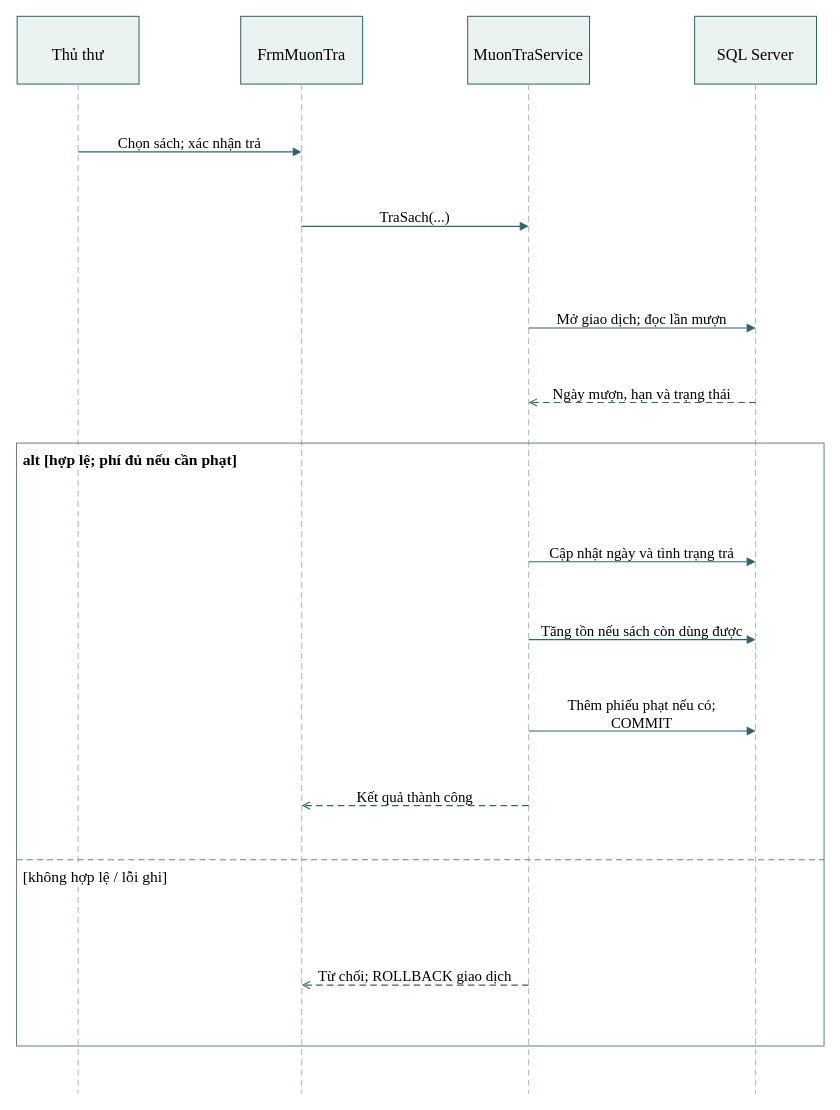
Before: LAB2/UML/11_SequenceTraSachPhat.drawio in kanishere55/LAB_AT_OOSD, a draw.io diagram. Source tidied: cells renumbered, new cells numbered last; positions are measured from the earlier drawing's top-left corner, leaving out a move shared by most shapes. Both pictures are drawn from the tidied source at 102%, with x=0, y=0 at pixel (16, 16).
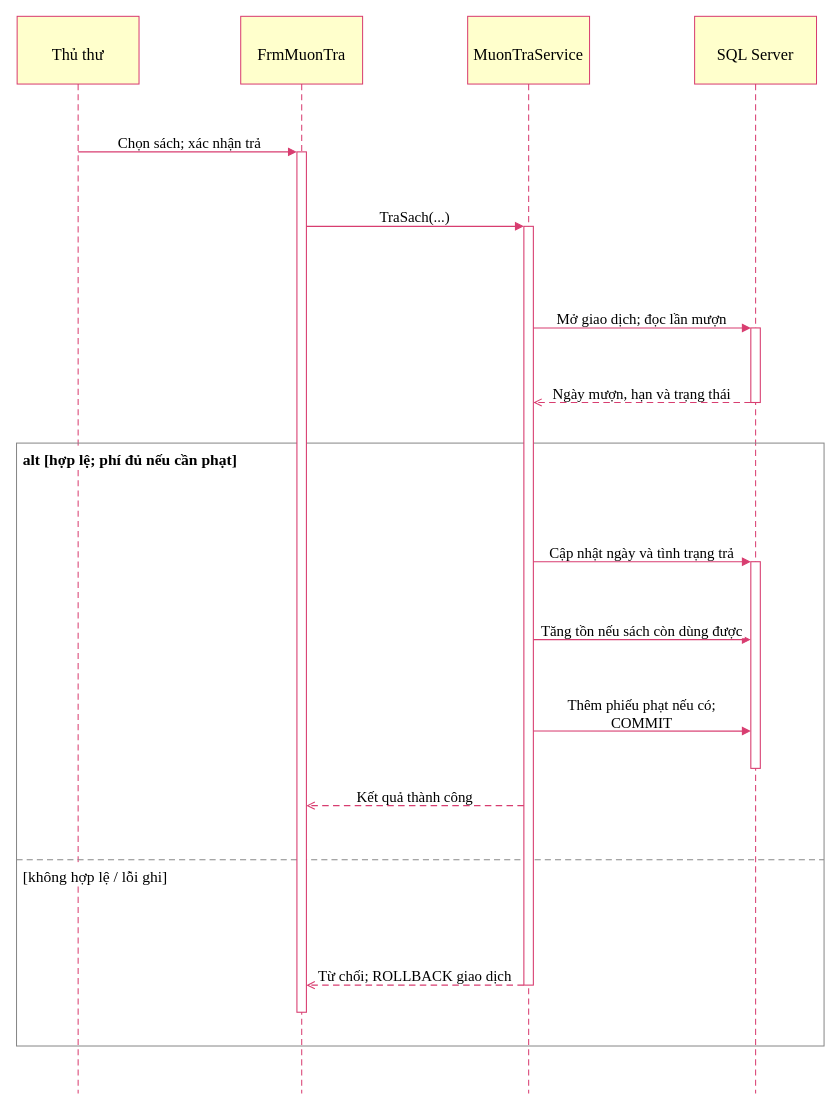
The same page after the edit.

Unchanged cells that the change refers to:
```xml
<mxCell id="2" style="group;html=0;" parent="1" vertex="1">
  <mxGeometry x="0.3" y="-0.5" width="119.5" height="66.4" as="geometry" />
</mxCell>
<mxCell id="6" style="group;html=0;" parent="1" vertex="1">
  <mxGeometry x="219.5" y="-0.5" width="119.5" height="66.4" as="geometry" />
</mxCell>
<mxCell id="10" style="group;html=0;" parent="1" vertex="1">
  <mxGeometry x="442" y="-0.5" width="119.5" height="66.4" as="geometry" />
</mxCell>
<mxCell id="14" style="group;html=0;" parent="1" vertex="1">
  <mxGeometry x="664.5" y="-0.5" width="119.5" height="66.4" as="geometry" />
</mxCell>
```

Diff of the diagram source:
```diff
@@
-    <mxCell id="3" style="rounded=0;arcSize=12;html=0;fillColor=#eaf3ef;strokeColor=#35626d;strokeWidth=0.996;" parent="2" vertex="1">
+    <mxCell id="3" style="rounded=0;arcSize=12;html=0;fillColor=#ffffcc;strokeColor=#d83d70;strokeWidth=0.996;" parent="2" vertex="1">
       <mxGeometry width="119.5" height="66.4" as="geometry" />
     </mxCell>
@@
-    <mxCell id="5" style="edgeStyle=none;noEdgeStyle=1;rounded=0;strokeColor=#a6b8be;strokeWidth=0.996;endArrow=none;startArrow=none;dashed=1;dashPattern=6 4;" parent="1" edge="1">
+    <mxCell id="5" style="edgeStyle=none;noEdgeStyle=1;rounded=0;strokeColor=#d83d70;strokeWidth=0.996;endArrow=none;startArrow=none;dashed=1;dashPattern=6 4;" parent="1" edge="1">
       <mxGeometry relative="1" as="geometry">
         <mxPoint x="60.1" y="65.9" as="sourcePoint" />
         <mxPoint x="60.1" y="1055.5" as="targetPoint" />
       </mxGeometry>
     </mxCell>
@@
-    <mxCell id="7" style="rounded=0;arcSize=12;html=0;fillColor=#eaf3ef;strokeColor=#35626d;strokeWidth=0.996;" parent="6" vertex="1">
+    <mxCell id="7" style="rounded=0;arcSize=12;html=0;fillColor=#ffffcc;strokeColor=#d83d70;strokeWidth=0.996;" parent="6" vertex="1">
       <mxGeometry width="119.5" height="66.4" as="geometry" />
     </mxCell>
@@
-    <mxCell id="9" style="edgeStyle=none;noEdgeStyle=1;rounded=0;strokeColor=#a6b8be;strokeWidth=0.996;endArrow=none;startArrow=none;dashed=1;dashPattern=6 4;" parent="1" edge="1">
+    <mxCell id="9" style="edgeStyle=none;noEdgeStyle=1;rounded=0;strokeColor=#d83d70;strokeWidth=0.996;endArrow=none;startArrow=none;dashed=1;dashPattern=6 4;" parent="1" edge="1">
       <mxGeometry relative="1" as="geometry">
         <mxPoint x="279.3" y="65.9" as="sourcePoint" />
         <mxPoint x="279.3" y="1055.5" as="targetPoint" />
       </mxGeometry>
     </mxCell>
@@
-    <mxCell id="11" style="rounded=0;arcSize=12;html=0;fillColor=#eaf3ef;strokeColor=#35626d;strokeWidth=0.996;" parent="10" vertex="1">
+    <mxCell id="11" style="rounded=0;arcSize=12;html=0;fillColor=#ffffcc;strokeColor=#d83d70;strokeWidth=0.996;" parent="10" vertex="1">
       <mxGeometry width="119.5" height="66.4" as="geometry" />
     </mxCell>
@@
-    <mxCell id="13" style="edgeStyle=none;noEdgeStyle=1;rounded=0;strokeColor=#a6b8be;strokeWidth=0.996;endArrow=none;startArrow=none;dashed=1;dashPattern=6 4;" parent="1" edge="1">
+    <mxCell id="13" style="edgeStyle=none;noEdgeStyle=1;rounded=0;strokeColor=#d83d70;strokeWidth=0.996;endArrow=none;startArrow=none;dashed=1;dashPattern=6 4;" parent="1" edge="1">
       <mxGeometry relative="1" as="geometry">
         <mxPoint x="501.8" y="65.9" as="sourcePoint" />
         <mxPoint x="501.8" y="1055.5" as="targetPoint" />
       </mxGeometry>
     </mxCell>
@@
-    <mxCell id="15" style="rounded=0;arcSize=12;html=0;fillColor=#eaf3ef;strokeColor=#35626d;strokeWidth=0.996;" parent="14" vertex="1">
+    <mxCell id="15" style="rounded=0;arcSize=12;html=0;fillColor=#ffffcc;strokeColor=#d83d70;strokeWidth=0.996;" parent="14" vertex="1">
       <mxGeometry width="119.5" height="66.4" as="geometry" />
     </mxCell>
@@
-    <mxCell id="17" style="edgeStyle=none;noEdgeStyle=1;rounded=0;strokeColor=#a6b8be;strokeWidth=0.996;endArrow=none;startArrow=none;dashed=1;dashPattern=6 4;" parent="1" edge="1">
+    <mxCell id="17" style="edgeStyle=none;noEdgeStyle=1;rounded=0;strokeColor=#d83d70;strokeWidth=0.996;endArrow=none;startArrow=none;dashed=1;dashPattern=6 4;" parent="1" edge="1">
       <mxGeometry relative="1" as="geometry">
         <mxPoint x="724.3" y="65.9" as="sourcePoint" />
         <mxPoint x="724.3" y="1055.5" as="targetPoint" />
       </mxGeometry>
     </mxCell>
-    <mxCell id="18" style="rounded=0;arcSize=12;html=0;fillColor=none;strokeColor=#65828c;strokeWidth=0.996;" parent="1" vertex="1">
+    <mxCell id="18" style="rounded=0;arcSize=12;html=0;fillColor=none;strokeColor=#888888;strokeWidth=0.996;" parent="1" vertex="1">
       <mxGeometry x="-0.3" y="417.9" width="791.7" height="591.1" as="geometry" />
     </mxCell>
-    <mxCell id="19" style="edgeStyle=none;noEdgeStyle=1;rounded=0;strokeColor=#65828c;strokeWidth=0.996;endArrow=none;startArrow=none;dashed=1;dashPattern=6 4;" parent="1" edge="1">
+    <mxCell id="19" style="edgeStyle=none;noEdgeStyle=1;rounded=0;strokeColor=#888888;strokeWidth=0.996;endArrow=none;startArrow=none;dashed=1;dashPattern=6 4;" parent="1" edge="1">
       <mxGeometry relative="1" as="geometry">
         <mxPoint x="-0.3" y="826.4" as="sourcePoint" />
         <mxPoint x="791.3" y="826.4" as="targetPoint" />
       </mxGeometry>
     </mxCell>
@@
+    <mxCell id="40" style="rounded=0;html=0;fillColor=#ffffff;strokeColor=#d83d70;strokeWidth=1.063;" parent="1" vertex="1">
+      <mxGeometry x="274.6" y="132.4" width="9.3" height="843.5" as="geometry" />
+    </mxCell>
+    <mxCell id="41" style="rounded=0;html=0;fillColor=#ffffff;strokeColor=#d83d70;strokeWidth=1.063;" parent="1" vertex="1">
+      <mxGeometry x="497.1" y="205.4" width="9.3" height="743.9" as="geometry" />
+    </mxCell>
+    <mxCell id="42" style="rounded=0;html=0;fillColor=#ffffff;strokeColor=#d83d70;strokeWidth=1.063;" parent="1" vertex="1">
+      <mxGeometry x="719.6" y="305" width="9.3" height="73.1" as="geometry" />
+    </mxCell>
+    <mxCell id="43" style="rounded=0;html=0;fillColor=#ffffff;strokeColor=#d83d70;strokeWidth=1.063;" parent="1" vertex="1">
+      <mxGeometry x="719.6" y="534.2" width="9.3" height="202.6" as="geometry" />
+    </mxCell>
-    <mxCell id="22" style="edgeStyle=none;noEdgeStyle=1;rounded=0;jumpStyle=arc;jumpSize=6;strokeColor=#35626d;strokeWidth=1.063;endArrow=block;endFill=1;startArrow=none;startFill=1;" parent="1" edge="1">
+    <mxCell id="22" style="edgeStyle=none;noEdgeStyle=1;rounded=0;jumpStyle=arc;jumpSize=6;strokeColor=#d83d70;strokeWidth=1.063;endArrow=block;endFill=1;startArrow=none;startFill=1;entryX=0;entryY=-0.000000513;entryPerimeter=0;" parent="1" edge="1" target="40">
       <mxGeometry relative="1" as="geometry">
         <mxPoint x="60.1" y="132.4" as="sourcePoint" />
-        <mxPoint x="279.3" y="132.4" as="targetPoint" />
       </mxGeometry>
     </mxCell>
@@
-    <mxCell id="24" style="edgeStyle=none;noEdgeStyle=1;rounded=0;jumpStyle=arc;jumpSize=6;strokeColor=#35626d;strokeWidth=1.063;endArrow=block;endFill=1;startArrow=none;startFill=1;" parent="1" edge="1">
-      <mxGeometry relative="1" as="geometry">
-        <mxPoint x="279.3" y="205.4" as="sourcePoint" />
-        <mxPoint x="501.8" y="205.4" as="targetPoint" />
-      </mxGeometry>
+    <mxCell id="24" style="edgeStyle=none;noEdgeStyle=1;rounded=0;jumpStyle=arc;jumpSize=6;strokeColor=#d83d70;strokeWidth=1.063;endArrow=block;endFill=1;startArrow=none;startFill=1;exitX=1;exitY=0.086614386;exitPerimeter=0;entryX=0;entryY=0.000000241;entryPerimeter=0;" parent="1" edge="1" source="40" target="41">
+      <mxGeometry relative="1" as="geometry" />
     </mxCell>
@@
-    <mxCell id="26" style="edgeStyle=none;noEdgeStyle=1;rounded=0;jumpStyle=arc;jumpSize=6;strokeColor=#35626d;strokeWidth=1.063;endArrow=block;endFill=1;startArrow=none;startFill=1;" parent="1" edge="1">
-      <mxGeometry relative="1" as="geometry">
-        <mxPoint x="501.8" y="305" as="sourcePoint" />
-        <mxPoint x="724.3" y="305" as="targetPoint" />
-      </mxGeometry>
+    <mxCell id="26" style="edgeStyle=none;noEdgeStyle=1;rounded=0;jumpStyle=arc;jumpSize=6;strokeColor=#d83d70;strokeWidth=1.063;endArrow=block;endFill=1;startArrow=none;startFill=1;exitX=1;exitY=0.133928712;exitPerimeter=0;entryX=0;entryY=0.000001430;entryPerimeter=0;" parent="1" edge="1" source="41" target="42">
+      <mxGeometry relative="1" as="geometry" />
     </mxCell>
@@
-    <mxCell id="28" style="edgeStyle=none;noEdgeStyle=1;rounded=0;jumpStyle=arc;jumpSize=6;strokeColor=#35626d;strokeWidth=1.063;endArrow=open;endFill=0;startArrow=none;startFill=1;dashed=1;dashPattern=6 4;" parent="1" edge="1">
-      <mxGeometry relative="1" as="geometry">
-        <mxPoint x="724.3" y="378.1" as="sourcePoint" />
-        <mxPoint x="501.8" y="378.1" as="targetPoint" />
-      </mxGeometry>
+    <mxCell id="28" style="edgeStyle=none;noEdgeStyle=1;rounded=0;jumpStyle=arc;jumpSize=6;strokeColor=#d83d70;strokeWidth=1.063;endArrow=open;endFill=0;startArrow=none;startFill=1;dashed=1;dashPattern=6 4;exitX=0;exitY=0.999996118;exitPerimeter=0;entryX=1;entryY=0.232142476;entryPerimeter=0;" parent="1" edge="1" source="42" target="41">
+      <mxGeometry relative="1" as="geometry" />
     </mxCell>
@@
-    <mxCell id="30" style="edgeStyle=none;noEdgeStyle=1;rounded=0;jumpStyle=arc;jumpSize=6;strokeColor=#35626d;strokeWidth=1.063;endArrow=block;endFill=1;startArrow=none;startFill=1;" parent="1" edge="1">
-      <mxGeometry relative="1" as="geometry">
-        <mxPoint x="501.8" y="534.2" as="sourcePoint" />
-        <mxPoint x="724.3" y="534.2" as="targetPoint" />
-      </mxGeometry>
+    <mxCell id="30" style="edgeStyle=none;noEdgeStyle=1;rounded=0;jumpStyle=arc;jumpSize=6;strokeColor=#d83d70;strokeWidth=1.063;endArrow=block;endFill=1;startArrow=none;startFill=1;exitX=1;exitY=0.441963523;exitPerimeter=0;entryX=0;entryY=-0.000002800;entryPerimeter=0;" parent="1" edge="1" source="41" target="43">
+      <mxGeometry relative="1" as="geometry" />
     </mxCell>
@@
-    <mxCell id="32" style="edgeStyle=none;noEdgeStyle=1;rounded=0;jumpStyle=arc;jumpSize=6;strokeColor=#35626d;strokeWidth=1.063;endArrow=block;endFill=1;startArrow=none;startFill=1;" parent="1" edge="1">
-      <mxGeometry relative="1" as="geometry">
-        <mxPoint x="501.8" y="610.6" as="sourcePoint" />
-        <mxPoint x="724.3" y="610.6" as="targetPoint" />
-      </mxGeometry>
+    <mxCell id="32" style="edgeStyle=none;noEdgeStyle=1;rounded=0;jumpStyle=arc;jumpSize=6;strokeColor=#d83d70;strokeWidth=1.063;endArrow=block;endFill=1;startArrow=none;startFill=1;exitX=1;exitY=0.544641794;exitPerimeter=0;entryX=0;entryY=0.377045275;entryPerimeter=0;" parent="1" edge="1" source="41" target="43">
+      <mxGeometry relative="1" as="geometry" />
     </mxCell>
@@
-    <mxCell id="34" style="edgeStyle=none;noEdgeStyle=1;rounded=0;jumpStyle=arc;jumpSize=6;strokeColor=#35626d;strokeWidth=1.063;endArrow=block;endFill=1;startArrow=none;startFill=1;" parent="1" edge="1">
-      <mxGeometry relative="1" as="geometry">
-        <mxPoint x="501.8" y="700.2" as="sourcePoint" />
-        <mxPoint x="724.3" y="700.2" as="targetPoint" />
-      </mxGeometry>
+    <mxCell id="34" style="edgeStyle=none;noEdgeStyle=1;rounded=0;jumpStyle=arc;jumpSize=6;strokeColor=#d83d70;strokeWidth=1.063;endArrow=block;endFill=1;startArrow=none;startFill=1;exitX=1;exitY=0.665178090;exitPerimeter=0;entryX=0;entryY=0.819670363;entryPerimeter=0;" parent="1" edge="1" source="41" target="43">
+      <mxGeometry relative="1" as="geometry" />
     </mxCell>
@@
-    <mxCell id="36" style="edgeStyle=none;noEdgeStyle=1;rounded=0;jumpStyle=arc;jumpSize=6;strokeColor=#35626d;strokeWidth=1.063;endArrow=open;endFill=0;startArrow=none;startFill=1;dashed=1;dashPattern=6 4;" parent="1" edge="1">
-      <mxGeometry relative="1" as="geometry">
-        <mxPoint x="501.8" y="773.3" as="sourcePoint" />
-        <mxPoint x="279.3" y="773.3" as="targetPoint" />
-      </mxGeometry>
+    <mxCell id="36" style="edgeStyle=none;noEdgeStyle=1;rounded=0;jumpStyle=arc;jumpSize=6;strokeColor=#d83d70;strokeWidth=1.063;endArrow=open;endFill=0;startArrow=none;startFill=1;dashed=1;dashPattern=6 4;exitX=0;exitY=0.763391854;exitPerimeter=0;entryX=1;entryY=0.759841635;entryPerimeter=0;" parent="1" edge="1" source="41" target="40">
+      <mxGeometry relative="1" as="geometry" />
     </mxCell>
@@
-    <mxCell id="38" style="edgeStyle=none;noEdgeStyle=1;rounded=0;jumpStyle=arc;jumpSize=6;strokeColor=#35626d;strokeWidth=1.063;endArrow=open;endFill=0;startArrow=none;startFill=1;dashed=1;dashPattern=6 4;" parent="1" edge="1">
-      <mxGeometry relative="1" as="geometry">
-        <mxPoint x="501.8" y="949.3" as="sourcePoint" />
-        <mxPoint x="279.3" y="949.3" as="targetPoint" />
-      </mxGeometry>
+    <mxCell id="38" style="edgeStyle=none;noEdgeStyle=1;rounded=0;jumpStyle=arc;jumpSize=6;strokeColor=#d83d70;strokeWidth=1.063;endArrow=open;endFill=0;startArrow=none;startFill=1;dashed=1;dashPattern=6 4;exitX=0;exitY=0.999998595;exitPerimeter=0;entryX=1;entryY=0.968502698;entryPerimeter=0;" parent="1" edge="1" source="41" target="40">
+      <mxGeometry relative="1" as="geometry" />
     </mxCell>
```
